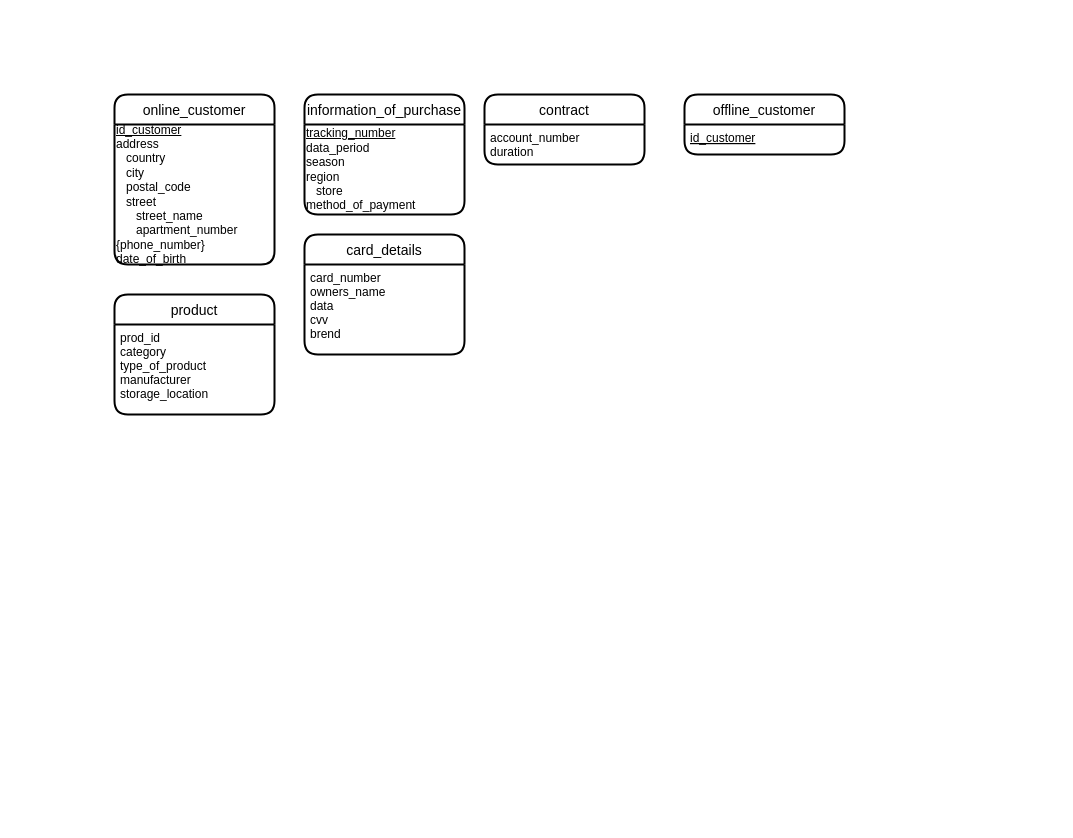
Adilbek-Asilzat/DB keeps this draw.io diagram as Untitled Diagram.drawio. Above is the earlier version. Source tidied: cells renumbered, new cells numbered last; positions are measured from the earlier drawing's top-left corner, leaving out a move shared by most shapes. Both pictures are drawn from the tidied source at 100%, with x=0, y=0 at pixel (114, 94).
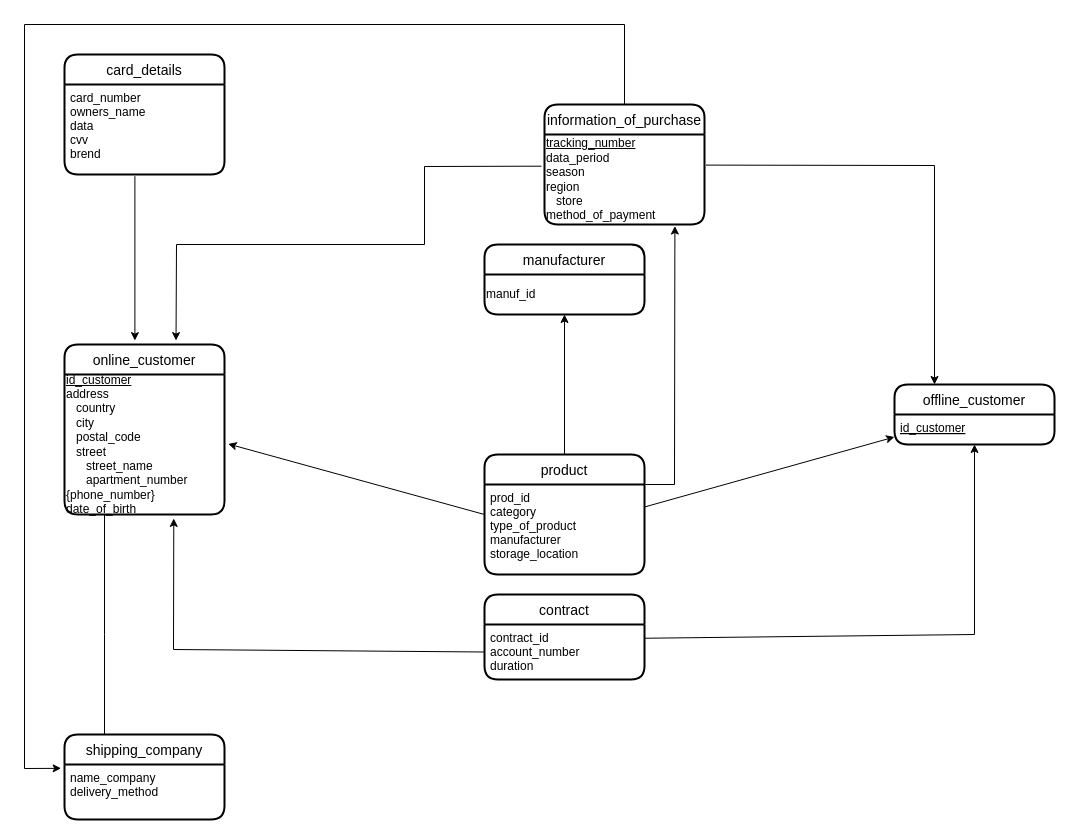
After the change.

The change refers to these unchanged cells:
```xml
<mxCell id="3" value="&lt;u&gt;id_customer&lt;br&gt;&lt;/u&gt;address&lt;br&gt;&amp;nbsp; &amp;nbsp;country&lt;br&gt;&amp;nbsp; &amp;nbsp;city&lt;br&gt;&amp;nbsp; &amp;nbsp;postal_code&lt;br&gt;&amp;nbsp; &amp;nbsp;street&lt;br&gt;&amp;nbsp; &amp;nbsp; &amp;nbsp; street_name&lt;br&gt;&amp;nbsp; &amp;nbsp; &amp;nbsp; apartment_number&lt;br&gt;{phone_number}&lt;br&gt;date_of_birth" style="text;html=1;align=left;verticalAlign=middle;points=[];strokeColor=none;fillColor=none;" parent="2" vertex="1">
  <mxGeometry y="30" width="160" height="140" as="geometry" />
</mxCell>
<mxCell id="5" value="&lt;u&gt;tracking_number&lt;br&gt;&lt;/u&gt;data_period&lt;br&gt;season&lt;br&gt;region&lt;br&gt;&amp;nbsp; &amp;nbsp;store&lt;br&gt;method_of_payment" style="text;html=1;align=left;verticalAlign=middle;points=[];strokeColor=none;fillColor=none;" parent="4" vertex="1">
  <mxGeometry y="30" width="160" height="90" as="geometry" />
</mxCell>
<mxCell id="9" value="id_customer" style="align=left;strokeColor=none;fillColor=none;spacingLeft=4;fontSize=12;verticalAlign=top;fontStyle=4;" parent="8" vertex="1">
  <mxGeometry y="30" width="160" height="30" as="geometry" />
</mxCell>
<mxCell id="11" value="prod_id&#10;category&#10;type_of_product&#10;manufacturer&#10;storage_location" style="align=left;strokeColor=none;fillColor=none;spacingLeft=4;fontSize=12;verticalAlign=top;fontStyle=0;" parent="10" vertex="1">
  <mxGeometry y="30" width="160" height="90" as="geometry" />
</mxCell>
<mxCell id="13" value="card_number&#10;owners_name&#10;data&#10;cvv&#10;brend" style="align=left;strokeColor=none;fillColor=none;spacingLeft=4;fontSize=12;verticalAlign=top;" parent="12" vertex="1">
  <mxGeometry y="30" width="160" height="90" as="geometry" />
</mxCell>
```

Change to the diagram source:
```diff
@@
     <mxCell id="2" value="online_customer" style="swimlane;horizontal=1;startSize=30;rounded=1;fontSize=14;fontStyle=0;strokeWidth=2;shadow=0;dashed=0;align=center;" parent="1" vertex="1">
-      <mxGeometry width="160" height="170" as="geometry" />
+      <mxGeometry x="-50" y="250" width="160" height="170" as="geometry" />
     </mxCell>
@@
     <mxCell id="4" value="information_of_purchase" style="swimlane;horizontal=1;startSize=30;rounded=1;fontSize=14;fontStyle=0;strokeWidth=2;shadow=0;dashed=0;align=center;" parent="1" vertex="1">
-      <mxGeometry x="190" width="160" height="120" as="geometry" />
+      <mxGeometry x="430" y="10" width="160" height="120" as="geometry" />
     </mxCell>
@@
     <mxCell id="6" value="contract" style="swimlane;horizontal=1;startSize=30;rounded=1;fontSize=14;fontStyle=0;strokeWidth=2;shadow=0;dashed=0;align=center;" parent="1" vertex="1">
-      <mxGeometry x="370" width="160" height="70" as="geometry" />
+      <mxGeometry x="370" y="500" width="160" height="85" as="geometry" />
     </mxCell>
-    <mxCell id="7" value="account_number&#10;duration" style="align=left;strokeColor=none;fillColor=none;spacingLeft=4;fontSize=12;verticalAlign=top;fontStyle=0;" parent="6" vertex="1">
-      <mxGeometry y="30" width="160" height="40" as="geometry" />
+    <mxCell id="7" value="contract_id&#10;account_number&#10;duration" style="align=left;strokeColor=none;fillColor=none;spacingLeft=4;fontSize=12;verticalAlign=top;fontStyle=0;" parent="6" vertex="1">
+      <mxGeometry y="30" width="160" height="55" as="geometry" />
     </mxCell>
     <mxCell id="8" value="offline_customer" style="swimlane;horizontal=1;startSize=30;rounded=1;fontSize=14;fontStyle=0;strokeWidth=2;shadow=0;dashed=0;align=center;" parent="1" vertex="1">
-      <mxGeometry x="570" width="160" height="60" as="geometry" />
+      <mxGeometry x="780" y="290" width="160" height="60" as="geometry" />
     </mxCell>
@@
     <mxCell id="10" value="product" style="swimlane;horizontal=1;startSize=30;rounded=1;fontSize=14;fontStyle=0;strokeWidth=2;shadow=0;dashed=0;align=center;" parent="1" vertex="1">
-      <mxGeometry y="200" width="160" height="120" as="geometry" />
+      <mxGeometry x="370" y="360" width="160" height="120" as="geometry" />
     </mxCell>
@@
     <mxCell id="12" value="card_details" style="swimlane;horizontal=1;startSize=30;rounded=1;fontSize=14;fontStyle=0;strokeWidth=2;shadow=0;dashed=0;align=center;" parent="1" vertex="1">
-      <mxGeometry x="190" y="140" width="160" height="120" as="geometry" />
+      <mxGeometry x="-50" y="-40" width="160" height="120" as="geometry" />
     </mxCell>
@@
+    <mxCell id="14" style="endArrow=classic;html=1;rounded=0;exitX=0.44;exitY=1.019;exitDx=0;exitDy=0;exitPerimeter=0;entryX=0.44;entryY=-0.023;entryDx=0;entryDy=0;entryPerimeter=0;" parent="1" edge="1" source="13" target="2">
+      <mxGeometry relative="1" as="geometry" />
+    </mxCell>
+    <mxCell id="15" style="endArrow=classic;html=1;rounded=0;exitX=-0.019;exitY=0.352;exitDx=0;exitDy=0;exitPerimeter=0;entryX=0.697;entryY=-0.023;entryDx=0;entryDy=0;entryPerimeter=0;" parent="1" edge="1" source="5" target="2">
+      <mxGeometry relative="1" as="geometry">
+        <Array as="points">
+          <mxPoint x="310" y="72" />
+          <mxPoint x="310" y="150" />
+          <mxPoint x="62" y="150" />
+        </Array>
+      </mxGeometry>
+    </mxCell>
+    <mxCell id="16" style="endArrow=classic;html=1;rounded=0;exitX=1.009;exitY=0.34;exitDx=0;exitDy=0;exitPerimeter=0;entryX=0.25;entryY=0;entryDx=0;entryDy=0;" parent="1" edge="1" source="5" target="8">
+      <mxGeometry relative="1" as="geometry">
+        <Array as="points">
+          <mxPoint x="820" y="71" />
+        </Array>
+      </mxGeometry>
+    </mxCell>
+    <mxCell id="17" style="endArrow=classic;html=1;rounded=0;exitX=0;exitY=0.5;exitDx=0;exitDy=0;entryX=1.023;entryY=0.496;entryDx=0;entryDy=0;entryPerimeter=0;" parent="1" edge="1" source="10" target="3">
+      <mxGeometry relative="1" as="geometry" />
+    </mxCell>
+    <mxCell id="18" style="endArrow=classic;html=1;rounded=0;exitX=1;exitY=0.25;exitDx=0;exitDy=0;entryX=0;entryY=0.75;entryDx=0;entryDy=0;" parent="1" edge="1" source="11" target="9">
+      <mxGeometry relative="1" as="geometry" />
+    </mxCell>
+    <mxCell id="19" style="endArrow=classic;html=1;rounded=0;exitX=0;exitY=0.5;exitDx=0;exitDy=0;entryX=0.683;entryY=1.028;entryDx=0;entryDy=0;entryPerimeter=0;" parent="1" edge="1" source="7" target="3">
+      <mxGeometry relative="1" as="geometry">
+        <Array as="points">
+          <mxPoint x="59" y="555" />
+        </Array>
+      </mxGeometry>
+    </mxCell>
+    <mxCell id="20" style="endArrow=classic;html=1;rounded=0;exitX=1;exitY=0.25;exitDx=0;exitDy=0;entryX=0.5;entryY=1;entryDx=0;entryDy=0;" parent="1" edge="1" source="7" target="9">
+      <mxGeometry relative="1" as="geometry">
+        <Array as="points">
+          <mxPoint x="860" y="540" />
+        </Array>
+      </mxGeometry>
+    </mxCell>
+    <mxCell id="21" value="shipping_company" style="swimlane;horizontal=1;startSize=30;rounded=1;fontSize=14;fontStyle=0;strokeWidth=2;shadow=0;dashed=0;align=center;" parent="1" vertex="1">
+      <mxGeometry x="-50" y="640" width="160" height="85" as="geometry" />
+    </mxCell>
+    <mxCell id="22" value="name_company&#10;delivery_method" style="align=left;strokeColor=none;fillColor=none;spacingLeft=4;fontSize=12;verticalAlign=top;fontStyle=0;" parent="21" vertex="1">
+      <mxGeometry y="30" width="160" height="55" as="geometry" />
+    </mxCell>
+    <mxCell id="23" style="endArrow=none;html=1;rounded=0;exitX=0.25;exitY=0;exitDx=0;exitDy=0;" parent="1" edge="1" source="21">
+      <mxGeometry relative="1" as="geometry">
+        <mxPoint x="-10" y="420" as="targetPoint" />
+        <Array as="points">
+          <mxPoint x="-10" y="540" />
+        </Array>
+      </mxGeometry>
+    </mxCell>
+    <mxCell id="24" style="endArrow=classic;html=1;rounded=0;entryX=-0.021;entryY=0.398;entryDx=0;entryDy=0;entryPerimeter=0;exitX=0.5;exitY=0;exitDx=0;exitDy=0;" parent="1" edge="1" source="4" target="21">
+      <mxGeometry relative="1" as="geometry">
+        <Array as="points">
+          <mxPoint x="510" y="-70" />
+          <mxPoint x="-90" y="-70" />
+          <mxPoint x="-90" y="674" />
+        </Array>
+      </mxGeometry>
+    </mxCell>
+    <mxCell id="25" value="manufacturer" style="swimlane;horizontal=1;startSize=30;rounded=1;fontSize=14;fontStyle=0;strokeWidth=2;shadow=0;dashed=0;align=center;" parent="1" vertex="1">
+      <mxGeometry x="370" y="150" width="160" height="70" as="geometry" />
+    </mxCell>
+    <mxCell id="26" value="manuf_id" style="text;html=1;align=left;verticalAlign=middle;strokeColor=none;fillColor=none;" parent="25" vertex="1">
+      <mxGeometry y="30" width="160" height="40" as="geometry" />
+    </mxCell>
+    <mxCell id="27" style="endArrow=classic;html=1;rounded=0;entryX=0.5;entryY=1;entryDx=0;entryDy=0;exitX=0.5;exitY=0;exitDx=0;exitDy=0;" parent="1" edge="1" source="10" target="25">
+      <mxGeometry relative="1" as="geometry" />
+    </mxCell>
+    <mxCell id="28" style="endArrow=classic;html=1;rounded=0;exitX=1;exitY=0;exitDx=0;exitDy=0;entryX=0.815;entryY=1.017;entryDx=0;entryDy=0;entryPerimeter=0;" parent="1" edge="1" source="11" target="5">
+      <mxGeometry relative="1" as="geometry">
+        <Array as="points">
+          <mxPoint x="560" y="390" />
+        </Array>
+      </mxGeometry>
+    </mxCell>
```
